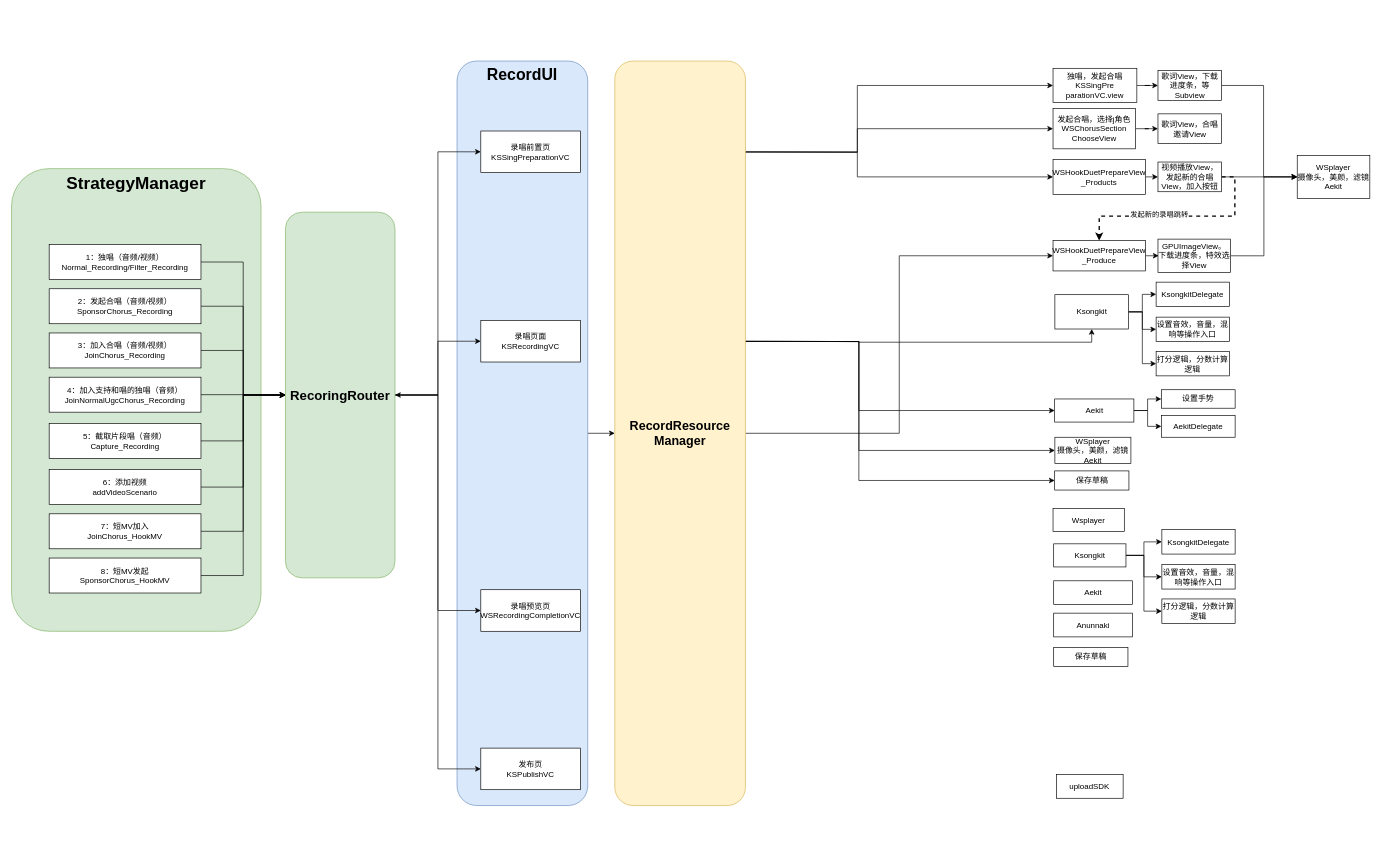
Before: NewRecord.drawio in MolierQueen/Xmind, a draw.io diagram. Source tidied: cells renumbered, new cells numbered last; positions are measured from the earlier drawing's top-left corner, leaving out a move shared by most shapes. Both pictures are drawn from the tidied source at 66%, with x=0, y=0 at pixel (11, 11).
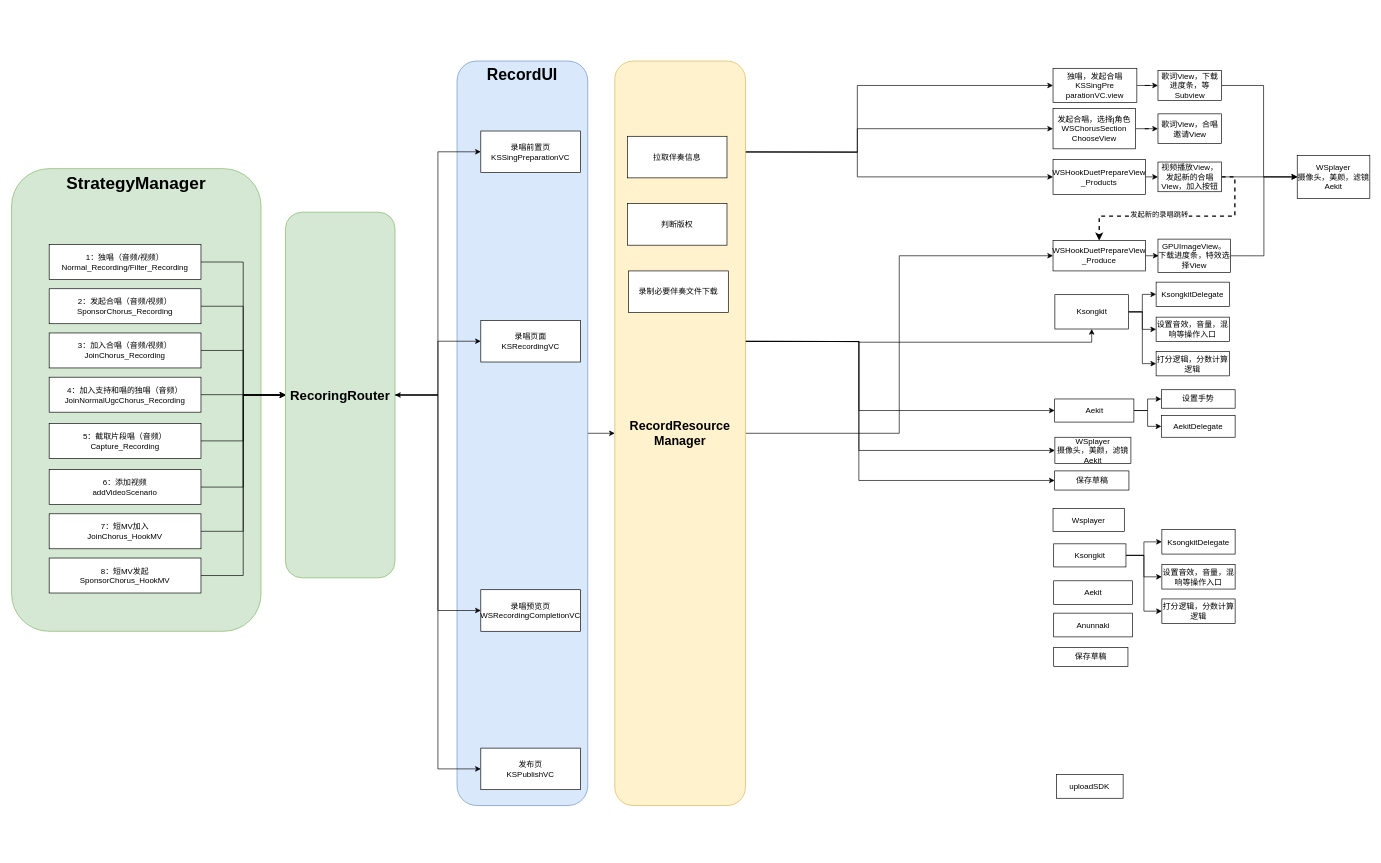
After the change.

Change to the diagram source:
```diff
@@
+    <mxCell id="91" value="拉取伴奏信息" style="rounded=0;whiteSpace=wrap;html=1;" parent="1" vertex="1">
+      <mxGeometry x="933" y="189" width="151" height="63" as="geometry" />
+    </mxCell>
+    <mxCell id="92" value="判断版权" style="rounded=0;whiteSpace=wrap;html=1;" parent="1" vertex="1">
+      <mxGeometry x="933" y="291" width="151" height="63" as="geometry" />
+    </mxCell>
+    <mxCell id="93" value="录制必要伴奏文件下载" style="rounded=0;whiteSpace=wrap;html=1;" parent="1" vertex="1">
+      <mxGeometry x="935" y="393" width="151" height="63" as="geometry" />
+    </mxCell>
```
